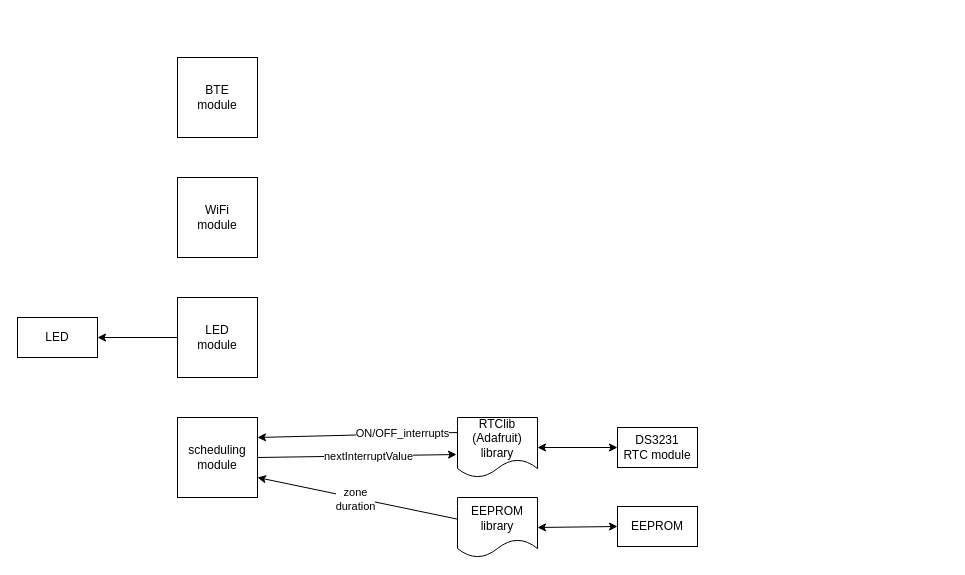
Before: docs/design-drawings-software.drawio in SeaGuy/raindance, a draw.io diagram. Source tidied: cells renumbered, new cells numbered last; positions are measured from the earlier drawing's top-left corner, leaving out a move shared by most shapes. Both pictures are drawn from the tidied source at 100%, with x=0, y=0 at pixel (17, 57).
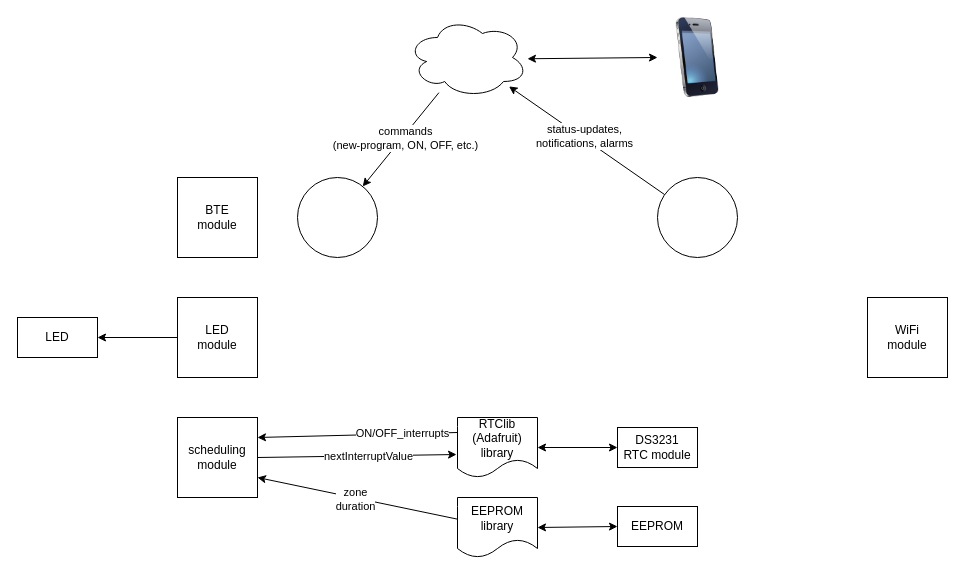
Above is the later version.

Change to the diagram source:
```diff
@@
     <mxCell id="2" value="BTE&lt;div&gt;module&lt;/div&gt;" style="whiteSpace=wrap;html=1;" parent="1" vertex="1">
-      <mxGeometry x="160" width="80" height="80" as="geometry" />
+      <mxGeometry x="160" y="120" width="80" height="80" as="geometry" />
     </mxCell>
     <mxCell id="3" value="WiFi&lt;div&gt;module&lt;/div&gt;" style="whiteSpace=wrap;html=1;" parent="1" vertex="1">
-      <mxGeometry x="160" y="120" width="80" height="80" as="geometry" />
+      <mxGeometry x="850" y="240" width="80" height="80" as="geometry" />
     </mxCell>
@@
+    <mxCell id="20" style="image;html=1;image=img/lib/clip_art/telecommunication/iPhone_128x128.png;" parent="1" vertex="1">
+      <mxGeometry x="640" y="-40" width="80" height="80" as="geometry" />
+    </mxCell>
+    <mxCell id="21" style="ellipse;shape=cloud;whiteSpace=wrap;html=1;" parent="1" vertex="1">
+      <mxGeometry x="390" y="-40" width="120" height="80" as="geometry" />
+    </mxCell>
+    <mxCell id="22" style="endArrow=classic;html=1;rounded=0;" parent="1" edge="1" source="27" target="21">
+      <mxGeometry relative="1" as="geometry" />
+    </mxCell>
+    <mxCell id="23" value="status-updates,&lt;div&gt;notifications, alarms&lt;/div&gt;" style="edgeLabel;html=1;align=center;verticalAlign=middle;" parent="22" vertex="1">
+      <mxGeometry x="0.06" y="-2" relative="1" as="geometry" />
+    </mxCell>
+    <mxCell id="24" style="endArrow=classic;html=1;rounded=0;" parent="1" edge="1" source="21" target="26">
+      <mxGeometry relative="1" as="geometry" />
+    </mxCell>
+    <mxCell id="25" value="commands&lt;div&gt;(new-program, ON, OFF, etc.)&lt;/div&gt;" style="edgeLabel;html=1;align=center;verticalAlign=middle;" parent="24" vertex="1">
+      <mxGeometry x="-0.05" y="2" relative="1" as="geometry" />
+    </mxCell>
+    <mxCell id="26" style="ellipse;whiteSpace=wrap;html=1;" parent="1" vertex="1">
+      <mxGeometry x="280" y="120" width="80" height="80" as="geometry" />
+    </mxCell>
+    <mxCell id="27" style="ellipse;whiteSpace=wrap;html=1;" parent="1" vertex="1">
+      <mxGeometry x="640" y="120" width="80" height="80" as="geometry" />
+    </mxCell>
+    <mxCell id="28" style="endArrow=classic;startArrow=classic;html=1;rounded=0;" parent="1" edge="1" source="21" target="20">
+      <mxGeometry relative="1" as="geometry" />
+    </mxCell>
```
